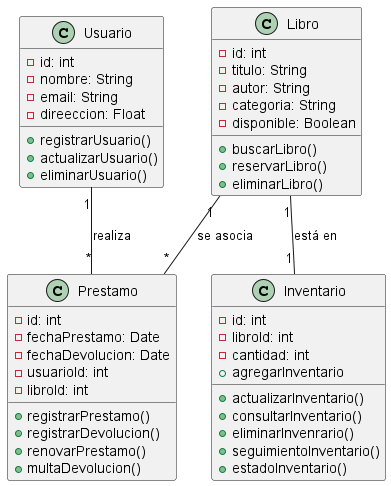
The PlantUML diagram DiagramaClases/clases.png in CatalinaCortes05/Analisis, before a commit. The source it was exported from:
```plantuml
@startuml

class Usuario {
    - id: int
    - nombre: String
    - email: String
    - direeccion: Float
    + registrarUsuario()
    + actualizarUsuario()
    + eliminarUsuario()
}

class Libro {
    - id: int
    - titulo: String
    - autor: String
    - categoria: String
    - disponible: Boolean
    + buscarLibro()
    + reservarLibro()
    + eliminarLibro()
}

class Prestamo {
    - id: int
    - fechaPrestamo: Date
    - fechaDevolucion: Date
    - usuarioId: int
    - libroId: int
    + registrarPrestamo()
    + registrarDevolucion()
    + renovarPrestamo()
    + multaDevolucion()
}

class Inventario {
    - id: int
    - libroId: int
    - cantidad: int
    + actualizarInventario()
    + consultarInventario()
    + agregarInventario
    + eliminarInvenrario()
    + seguimientoInventario()
    + estadoInventario()
}

Usuario "1" -- "*" Prestamo: realiza
Libro "1" -- "*" Prestamo: se asocia
Libro "1" -- "1" Inventario: está en

@enduml
```
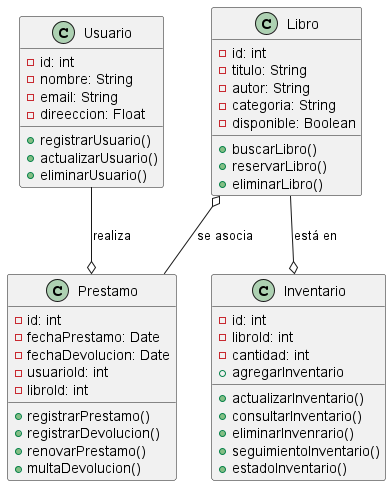
After the change.

What changed in the source:
```diff
@@ -45,8 +45,8 @@
     + estadoInventario()
 }
 
-Usuario "1" -- "*" Prestamo: realiza
-Libro "1" -- "*" Prestamo: se asocia
-Libro "1" -- "1" Inventario: está en
+Usuario  --o  Prestamo: realiza
+Libro  o--  Prestamo: se asocia
+Libro  --o  Inventario: está en
 
 @enduml
```
